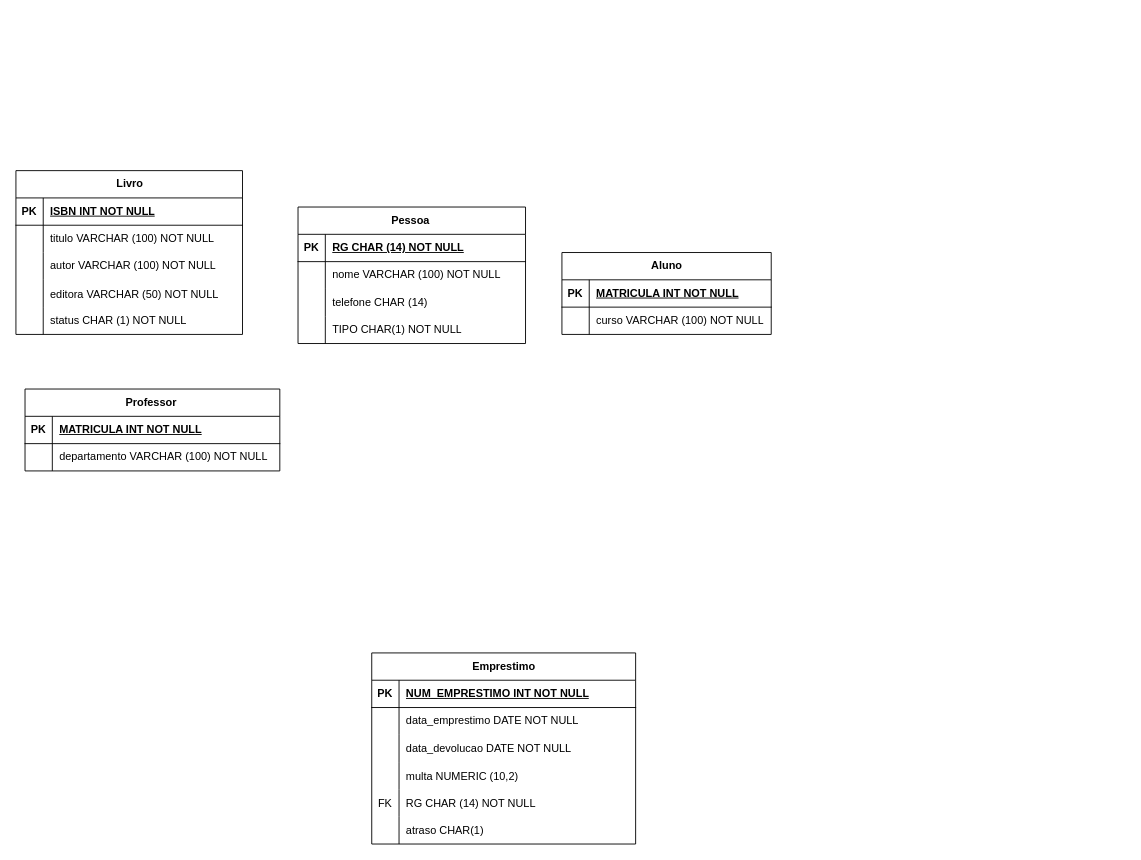
Above: pratica 3 e 4.drawio in adiantaduh/bd1 (draw.io), before the change. Source tidied: cells renumbered, new cells numbered last; positions are measured from the earlier drawing's top-left corner, leaving out a move shared by most shapes. Both pictures are drawn from the tidied source at 91%, with x=0, y=0 at pixel (15, 170).
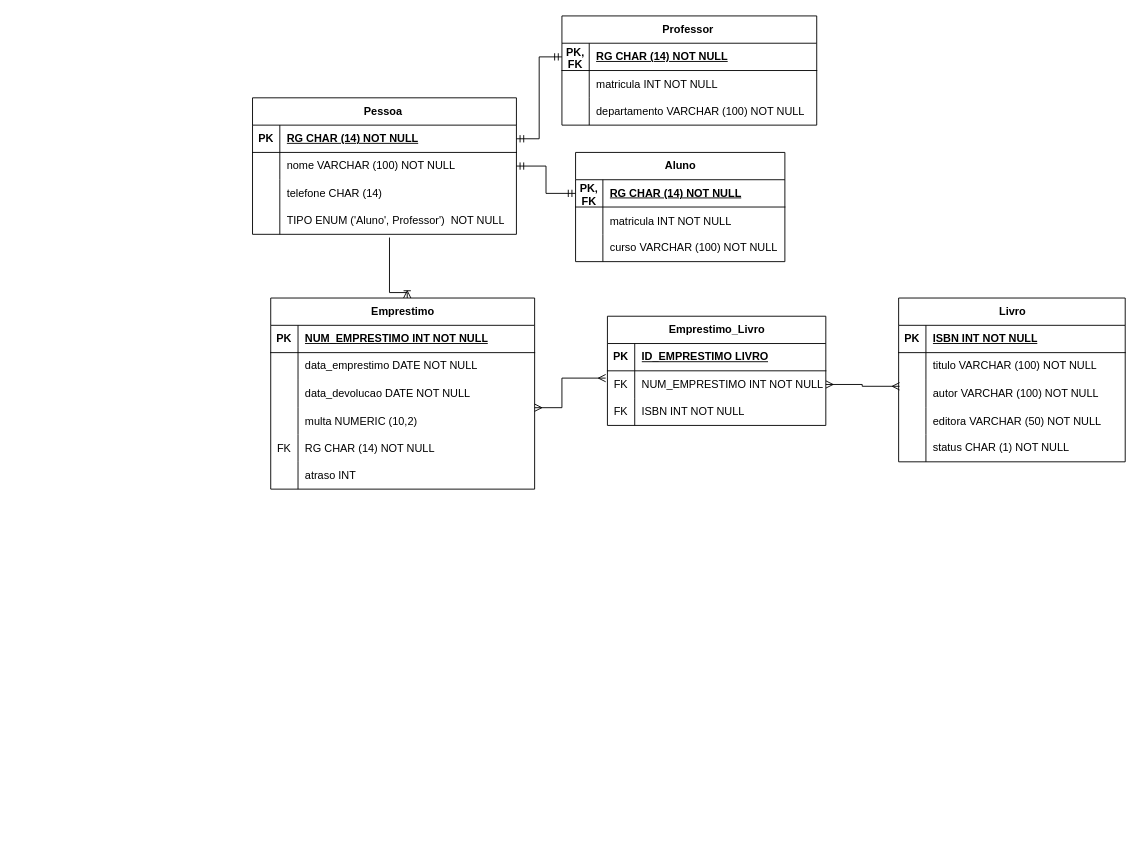
After the change.

The change refers to these unchanged cells:
```xml
<mxCell id="9" style="shape=tableRow;horizontal=0;startSize=0;swimlaneHead=0;swimlaneBody=0;fillColor=none;points=[[0,0.5],[1,0.5]];portConstraint=eastwest;top=0;left=0;right=0;bottom=0;" parent="2" vertex="1">
  <mxGeometry y="90" width="249" height="30" as="geometry" />
</mxCell>
<mxCell id="32" style="shape=tableRow;horizontal=0;startSize=0;swimlaneHead=0;swimlaneBody=0;fillColor=none;points=[[0,0.5],[1,0.5]];portConstraint=eastwest;top=0;left=0;right=0;bottom=1;" parent="31" vertex="1">
  <mxGeometry y="30" width="230" height="30" as="geometry" />
</mxCell>
<mxCell id="39" style="shape=tableRow;horizontal=0;startSize=0;swimlaneHead=0;swimlaneBody=0;fillColor=none;points=[[0,0.5],[1,0.5]];portConstraint=eastwest;top=0;left=0;right=0;bottom=1;" parent="38" vertex="1">
  <mxGeometry y="30" width="280" height="30" as="geometry" />
</mxCell>
<mxCell id="46" style="shape=tableRow;horizontal=0;startSize=0;swimlaneHead=0;swimlaneBody=0;fillColor=none;top=0;left=0;right=0;bottom=1;" parent="45" vertex="1">
  <mxGeometry y="30" width="290" height="30" as="geometry" />
</mxCell>
<mxCell id="49" style="shape=tableRow;horizontal=0;startSize=0;swimlaneHead=0;swimlaneBody=0;fillColor=none;top=0;left=0;right=0;bottom=0;" parent="45" vertex="1">
  <mxGeometry y="60" width="290" height="30" as="geometry" />
</mxCell>
<mxCell id="52" style="shape=tableRow;horizontal=0;startSize=0;swimlaneHead=0;swimlaneBody=0;fillColor=none;top=0;left=0;right=0;bottom=0;" parent="45" vertex="1">
  <mxGeometry y="90" width="290" height="30" as="geometry" />
</mxCell>
<mxCell id="55" style="shape=tableRow;horizontal=0;startSize=0;swimlaneHead=0;swimlaneBody=0;fillColor=none;points=[[0,0.5],[1,0.5]];portConstraint=eastwest;top=0;left=0;right=0;bottom=0;" parent="45" vertex="1">
  <mxGeometry y="120" width="290" height="30" as="geometry" />
</mxCell>
<mxCell id="61" style="shape=tableRow;horizontal=0;startSize=0;swimlaneHead=0;swimlaneBody=0;fillColor=none;top=0;left=0;right=0;bottom=0;" parent="45" vertex="1">
  <mxGeometry y="180" width="290" height="30" as="geometry" />
</mxCell>
```

The edit, as a diff of the source:
```diff
@@
     <mxCell id="2" value="Livro" style="shape=table;startSize=30;childLayout=tableLayout;rowLines=0;fontStyle=1;align=center;html=1;" parent="1" vertex="1">
-      <mxGeometry width="249" height="180" as="geometry" />
+      <mxGeometry x="970" y="140" width="249" height="180" as="geometry" />
     </mxCell>
@@
     <mxCell id="18" value="Pessoa&amp;nbsp;" style="shape=table;startSize=30;childLayout=tableLayout;rowLines=0;fontStyle=1;align=center;html=1;" parent="1" vertex="1">
-      <mxGeometry x="310" y="40" width="250" height="150" as="geometry" />
+      <mxGeometry x="260" y="-80" width="290" height="150" as="geometry" />
     </mxCell>
     <mxCell id="19" style="shape=tableRow;horizontal=0;startSize=0;swimlaneHead=0;swimlaneBody=0;fillColor=none;points=[[0,0.5],[1,0.5]];portConstraint=eastwest;top=0;left=0;right=0;bottom=1;" parent="18" vertex="1">
-      <mxGeometry y="30" width="250" height="30" as="geometry" />
+      <mxGeometry y="30" width="290" height="30" as="geometry" />
     </mxCell>
@@
     <mxCell id="21" value="RG CHAR (14) NOT NULL" style="shape=partialRectangle;fillColor=none;top=0;left=0;bottom=0;right=0;align=left;spacingLeft=6;fontStyle=5;overflow=hidden;whiteSpace=wrap;html=1;" parent="19" vertex="1">
-      <mxGeometry x="30" width="220" height="30" as="geometry" />
+      <mxGeometry x="30" width="260" height="30" as="geometry" />
     </mxCell>
     <mxCell id="22" style="shape=tableRow;horizontal=0;startSize=0;swimlaneHead=0;swimlaneBody=0;fillColor=none;points=[[0,0.5],[1,0.5]];portConstraint=eastwest;top=0;left=0;right=0;bottom=0;" parent="18" vertex="1">
-      <mxGeometry y="60" width="250" height="30" as="geometry" />
+      <mxGeometry y="60" width="290" height="30" as="geometry" />
     </mxCell>
@@
     <mxCell id="24" value="nome VARCHAR (100) NOT NULL" style="shape=partialRectangle;fillColor=none;top=0;left=0;bottom=0;right=0;align=left;spacingLeft=6;overflow=hidden;whiteSpace=wrap;html=1;" parent="22" vertex="1">
-      <mxGeometry x="30" width="220" height="30" as="geometry" />
+      <mxGeometry x="30" width="260" height="30" as="geometry" />
     </mxCell>
     <mxCell id="25" style="shape=tableRow;horizontal=0;startSize=0;swimlaneHead=0;swimlaneBody=0;fillColor=none;top=0;left=0;right=0;bottom=0;" parent="18" vertex="1">
-      <mxGeometry y="90" width="250" height="30" as="geometry" />
+      <mxGeometry y="90" width="290" height="30" as="geometry" />
     </mxCell>
@@
     <mxCell id="27" value="telefone CHAR (14)&amp;nbsp;" style="shape=partialRectangle;fillColor=none;top=0;left=0;bottom=0;right=0;align=left;spacingLeft=6;overflow=hidden;whiteSpace=wrap;html=1;" parent="25" vertex="1">
-      <mxGeometry x="30" width="220" height="30" as="geometry" />
+      <mxGeometry x="30" width="260" height="30" as="geometry" />
     </mxCell>
     <mxCell id="28" style="shape=tableRow;horizontal=0;startSize=0;swimlaneHead=0;swimlaneBody=0;fillColor=none;points=[[0,0.5],[1,0.5]];portConstraint=eastwest;top=0;left=0;right=0;bottom=0;" parent="18" vertex="1">
-      <mxGeometry y="120" width="250" height="30" as="geometry" />
+      <mxGeometry y="120" width="290" height="30" as="geometry" />
     </mxCell>
@@
-    <mxCell id="30" value="TIPO CHAR(1) NOT NULL" style="shape=partialRectangle;fillColor=none;top=0;left=0;bottom=0;right=0;align=left;spacingLeft=6;overflow=hidden;whiteSpace=wrap;html=1;" parent="28" vertex="1">
-      <mxGeometry x="30" width="220" height="30" as="geometry" />
+    <mxCell id="30" value="TIPO ENUM ('Aluno', Professor')&amp;nbsp; NOT NULL" style="shape=partialRectangle;fillColor=none;top=0;left=0;bottom=0;right=0;align=left;spacingLeft=6;overflow=hidden;whiteSpace=wrap;html=1;" parent="28" vertex="1">
+      <mxGeometry x="30" width="260" height="30" as="geometry" />
     </mxCell>
     <mxCell id="31" value="Aluno" style="shape=table;startSize=30;childLayout=tableLayout;rowLines=0;fontStyle=1;align=center;html=1;" parent="1" vertex="1">
-      <mxGeometry x="600" y="90" width="230" height="90" as="geometry" />
+      <mxGeometry x="615" y="-20" width="230" height="120" as="geometry" />
     </mxCell>
@@
-    <mxCell id="33" value="PK" style="shape=partialRectangle;fillColor=none;top=0;left=0;bottom=0;right=0;fontStyle=1;overflow=hidden;whiteSpace=wrap;html=1;" parent="32" vertex="1">
+    <mxCell id="33" value="PK, FK" style="shape=partialRectangle;fillColor=none;top=0;left=0;bottom=0;right=0;fontStyle=1;overflow=hidden;whiteSpace=wrap;html=1;" parent="32" vertex="1">
       <mxGeometry width="30" height="30" as="geometry" />
     </mxCell>
-    <mxCell id="34" value="MATRICULA INT NOT NULL" style="shape=partialRectangle;fillColor=none;top=0;left=0;bottom=0;right=0;align=left;spacingLeft=6;fontStyle=5;overflow=hidden;whiteSpace=wrap;html=1;" parent="32" vertex="1">
+    <mxCell id="34" value="RG CHAR (14) NOT NULL" style="shape=partialRectangle;fillColor=none;top=0;left=0;bottom=0;right=0;align=left;spacingLeft=6;fontStyle=5;overflow=hidden;whiteSpace=wrap;html=1;" parent="32" vertex="1">
       <mxGeometry x="30" width="200" height="30" as="geometry" />
     </mxCell>
+    <mxCell id="64" style="shape=tableRow;horizontal=0;startSize=0;swimlaneHead=0;swimlaneBody=0;fillColor=none;top=0;left=0;right=0;bottom=0;fontFamily=Helvetica;fontSize=12;fontColor=default;labelBackgroundColor=default;" parent="31" vertex="1">
+      <mxGeometry y="60" width="230" height="30" as="geometry" />
+    </mxCell>
+    <mxCell id="65" style="shape=partialRectangle;fillColor=none;top=0;left=0;bottom=0;right=0;overflow=hidden;fontFamily=Helvetica;fontSize=12;fontColor=default;labelBackgroundColor=default;" parent="64" vertex="1">
+      <mxGeometry width="30" height="30" as="geometry" />
+    </mxCell>
+    <mxCell id="66" value="matricula INT NOT NULL" style="shape=partialRectangle;fillColor=none;top=0;left=0;bottom=0;right=0;align=left;spacingLeft=6;overflow=hidden;fontFamily=Helvetica;fontSize=12;fontColor=default;labelBackgroundColor=default;" parent="64" vertex="1">
+      <mxGeometry x="30" width="200" height="30" as="geometry" />
+    </mxCell>
     <mxCell id="35" style="shape=tableRow;horizontal=0;startSize=0;swimlaneHead=0;swimlaneBody=0;fillColor=none;top=0;left=0;right=0;bottom=0;" parent="31" vertex="1">
-      <mxGeometry y="60" width="230" height="30" as="geometry" />
+      <mxGeometry y="90" width="230" height="30" as="geometry" />
     </mxCell>
@@
     <mxCell id="38" value="Professor&amp;nbsp;" style="shape=table;startSize=30;childLayout=tableLayout;rowLines=0;fontStyle=1;align=center;html=1;" parent="1" vertex="1">
-      <mxGeometry x="10" y="240" width="280" height="90" as="geometry" />
+      <mxGeometry x="600" y="-170" width="280" height="120" as="geometry" />
     </mxCell>
@@
-    <mxCell id="40" value="PK" style="shape=partialRectangle;fillColor=none;top=0;left=0;bottom=0;right=0;fontStyle=1;overflow=hidden;whiteSpace=wrap;html=1;" parent="39" vertex="1">
+    <mxCell id="40" value="PK, FK" style="shape=partialRectangle;fillColor=none;top=0;left=0;bottom=0;right=0;fontStyle=1;overflow=hidden;whiteSpace=wrap;html=1;" parent="39" vertex="1">
       <mxGeometry width="30" height="30" as="geometry" />
     </mxCell>
-    <mxCell id="41" value="MATRICULA INT NOT NULL" style="shape=partialRectangle;fillColor=none;top=0;left=0;bottom=0;right=0;align=left;spacingLeft=6;fontStyle=5;overflow=hidden;whiteSpace=wrap;html=1;" parent="39" vertex="1">
+    <mxCell id="41" value="RG CHAR (14) NOT NULL" style="shape=partialRectangle;fillColor=none;top=0;left=0;bottom=0;right=0;align=left;spacingLeft=6;fontStyle=5;overflow=hidden;whiteSpace=wrap;html=1;" parent="39" vertex="1">
       <mxGeometry x="30" width="250" height="30" as="geometry" />
     </mxCell>
+    <mxCell id="67" style="shape=tableRow;horizontal=0;startSize=0;swimlaneHead=0;swimlaneBody=0;fillColor=none;top=0;left=0;right=0;bottom=0;fontFamily=Helvetica;fontSize=12;fontColor=default;labelBackgroundColor=default;" parent="38" vertex="1">
+      <mxGeometry y="60" width="280" height="30" as="geometry" />
+    </mxCell>
+    <mxCell id="68" style="shape=partialRectangle;fillColor=none;top=0;left=0;bottom=0;right=0;overflow=hidden;fontFamily=Helvetica;fontSize=12;fontColor=default;labelBackgroundColor=default;" parent="67" vertex="1">
+      <mxGeometry width="30" height="30" as="geometry" />
+    </mxCell>
+    <mxCell id="69" value="matricula INT NOT NULL" style="shape=partialRectangle;fillColor=none;top=0;left=0;bottom=0;right=0;align=left;spacingLeft=6;overflow=hidden;fontFamily=Helvetica;fontSize=12;fontColor=default;labelBackgroundColor=default;" parent="67" vertex="1">
+      <mxGeometry x="30" width="250" height="30" as="geometry" />
+    </mxCell>
     <mxCell id="42" style="shape=tableRow;horizontal=0;startSize=0;swimlaneHead=0;swimlaneBody=0;fillColor=none;top=0;left=0;right=0;bottom=0;" parent="38" vertex="1">
-      <mxGeometry y="60" width="280" height="30" as="geometry" />
+      <mxGeometry y="90" width="280" height="30" as="geometry" />
     </mxCell>
@@
     <mxCell id="45" value="Emprestimo" style="shape=table;startSize=30;childLayout=tableLayout;rowLines=0;fontStyle=1;align=center;html=1;" parent="1" vertex="1">
-      <mxGeometry x="391" y="530" width="290" height="210" as="geometry" />
+      <mxGeometry x="280" y="140" width="290" height="210" as="geometry" />
     </mxCell>
@@
-    <mxCell id="47" value="PK" style="shape=partialRectangle;fillColor=none;top=0;left=0;bottom=0;right=0;fontStyle=1;overflow=hidden;whiteSpace=wrap;html=1;" parent="46" vertex="1">
-      <mxGeometry width="30" height="30" as="geometry" />
-    </mxCell>
+    <mxCell id="70" value="PK" style="shape=partialRectangle;fillColor=none;top=0;left=0;bottom=0;right=0;fontStyle=1;overflow=hidden;whiteSpace=wrap;html=1;" parent="46" vertex="1">
+      <mxGeometry width="30" height="30" as="geometry" />
+    </mxCell>
@@
-    <mxCell id="50" style="shape=partialRectangle;fillColor=none;top=0;left=0;bottom=0;right=0;overflow=hidden;whiteSpace=wrap;html=1;" parent="49" vertex="1">
-      <mxGeometry width="30" height="30" as="geometry" />
-    </mxCell>
+    <mxCell id="71" style="shape=partialRectangle;fillColor=none;top=0;left=0;bottom=0;right=0;overflow=hidden;whiteSpace=wrap;html=1;" parent="49" vertex="1">
+      <mxGeometry width="30" height="30" as="geometry" />
+    </mxCell>
@@
-    <mxCell id="53" style="shape=partialRectangle;fillColor=none;top=0;left=0;bottom=0;right=0;overflow=hidden;whiteSpace=wrap;html=1;" parent="52" vertex="1">
-      <mxGeometry width="30" height="30" as="geometry" />
-    </mxCell>
+    <mxCell id="72" style="shape=partialRectangle;fillColor=none;top=0;left=0;bottom=0;right=0;overflow=hidden;whiteSpace=wrap;html=1;" parent="52" vertex="1">
+      <mxGeometry width="30" height="30" as="geometry" />
+    </mxCell>
@@
-    <mxCell id="62" style="shape=partialRectangle;fillColor=none;top=0;left=0;bottom=0;right=0;overflow=hidden;whiteSpace=wrap;html=1;" parent="61" vertex="1">
-      <mxGeometry width="30" height="30" as="geometry" />
-    </mxCell>
-    <mxCell id="63" value="atraso CHAR(1)" style="shape=partialRectangle;fillColor=none;top=0;left=0;bottom=0;right=0;align=left;spacingLeft=6;overflow=hidden;whiteSpace=wrap;html=1;" parent="61" vertex="1">
-      <mxGeometry x="30" width="260" height="30" as="geometry" />
-    </mxCell>
+    <mxCell id="73" style="shape=partialRectangle;fillColor=none;top=0;left=0;bottom=0;right=0;overflow=hidden;whiteSpace=wrap;html=1;" parent="61" vertex="1">
+      <mxGeometry width="30" height="30" as="geometry" />
+    </mxCell>
+    <mxCell id="74" value="atraso INT" style="shape=partialRectangle;fillColor=none;top=0;left=0;bottom=0;right=0;align=left;spacingLeft=6;overflow=hidden;whiteSpace=wrap;html=1;" parent="61" vertex="1">
+      <mxGeometry x="30" width="260" height="30" as="geometry" />
+    </mxCell>
+    <mxCell id="75" value="Emprestimo_Livro" style="shape=table;startSize=30;childLayout=tableLayout;rowLines=0;fontStyle=1;align=center;html=1;" parent="1" vertex="1">
+      <mxGeometry x="650" y="160" width="240" height="120" as="geometry" />
+    </mxCell>
+    <mxCell id="76" style="shape=tableRow;horizontal=0;startSize=0;swimlaneHead=0;swimlaneBody=0;fillColor=none;top=0;left=0;right=0;bottom=1;" parent="75" vertex="1">
+      <mxGeometry y="30" width="240" height="30" as="geometry" />
+    </mxCell>
+    <mxCell id="77" value="PK" style="shape=partialRectangle;fillColor=none;top=0;left=0;bottom=0;right=0;fontStyle=1;overflow=hidden;whiteSpace=wrap;html=1;" parent="76" vertex="1">
+      <mxGeometry width="30" height="30" as="geometry" />
+    </mxCell>
+    <mxCell id="78" value="ID_EMPRESTIMO LIVRO" style="shape=partialRectangle;fillColor=none;top=0;left=0;bottom=0;right=0;align=left;spacingLeft=6;fontStyle=5;overflow=hidden;whiteSpace=wrap;html=1;" parent="76" vertex="1">
+      <mxGeometry x="30" width="210" height="30" as="geometry" />
+    </mxCell>
+    <mxCell id="79" style="shape=tableRow;horizontal=0;startSize=0;swimlaneHead=0;swimlaneBody=0;fillColor=none;points=[[0,0.5],[1,0.5]];portConstraint=eastwest;top=0;left=0;right=0;bottom=0;" parent="75" vertex="1">
+      <mxGeometry y="60" width="240" height="30" as="geometry" />
+    </mxCell>
+    <mxCell id="80" value="FK" style="shape=partialRectangle;fillColor=none;top=0;left=0;bottom=0;right=0;overflow=hidden;whiteSpace=wrap;html=1;" parent="79" vertex="1">
+      <mxGeometry width="30" height="30" as="geometry" />
+    </mxCell>
+    <mxCell id="81" value="NUM_EMPRESTIMO INT NOT NULL" style="shape=partialRectangle;fillColor=none;top=0;left=0;bottom=0;right=0;align=left;spacingLeft=6;overflow=hidden;whiteSpace=wrap;html=1;" parent="79" vertex="1">
+      <mxGeometry x="30" width="210" height="30" as="geometry" />
+    </mxCell>
+    <mxCell id="82" style="shape=tableRow;horizontal=0;startSize=0;swimlaneHead=0;swimlaneBody=0;fillColor=none;top=0;left=0;right=0;bottom=0;" parent="75" vertex="1">
+      <mxGeometry y="90" width="240" height="30" as="geometry" />
+    </mxCell>
+    <mxCell id="83" value="FK" style="shape=partialRectangle;fillColor=none;top=0;left=0;bottom=0;right=0;overflow=hidden;whiteSpace=wrap;html=1;" parent="82" vertex="1">
+      <mxGeometry width="30" height="30" as="geometry" />
+    </mxCell>
+    <mxCell id="84" value="ISBN INT NOT NULL" style="shape=partialRectangle;fillColor=none;top=0;left=0;bottom=0;right=0;align=left;spacingLeft=6;overflow=hidden;whiteSpace=wrap;html=1;" parent="82" vertex="1">
+      <mxGeometry x="30" width="210" height="30" as="geometry" />
+    </mxCell>
+    <mxCell id="85" style="edgeStyle=orthogonalEdgeStyle;fontSize=12;html=1;endArrow=ERmandOne;startArrow=ERmandOne;rounded=0;exitX=1;exitY=0.5;exitDx=0;exitDy=0;entryX=0;entryY=0.5;entryDx=0;entryDy=0;" parent="1" edge="1" source="22" target="32">
+      <mxGeometry relative="1" as="geometry" />
+    </mxCell>
+    <mxCell id="86" style="edgeStyle=orthogonalEdgeStyle;fontSize=12;html=1;endArrow=ERmandOne;startArrow=ERmandOne;rounded=0;strokeColor=default;align=center;verticalAlign=middle;fontFamily=Helvetica;fontColor=default;labelBackgroundColor=default;entryX=1;entryY=0.5;entryDx=0;entryDy=0;" parent="1" edge="1" source="39" target="19">
+      <mxGeometry relative="1" as="geometry" />
+    </mxCell>
+    <mxCell id="87" style="edgeStyle=orthogonalEdgeStyle;fontSize=12;html=1;endArrow=ERoneToMany;rounded=0;strokeColor=default;align=center;verticalAlign=middle;fontFamily=Helvetica;fontColor=default;labelBackgroundColor=default;exitX=0.519;exitY=1.118;exitDx=0;exitDy=0;exitPerimeter=0;" parent="1" edge="1" source="28" target="45">
+      <mxGeometry relative="1" as="geometry">
+        <Array as="points">
+          <mxPoint x="430" y="134" />
+          <mxPoint x="430" y="175" />
+          <mxPoint x="435" y="175" />
+        </Array>
+      </mxGeometry>
+    </mxCell>
+    <mxCell id="88" style="edgeStyle=orthogonalEdgeStyle;fontSize=12;html=1;endArrow=ERmany;startArrow=ERmany;rounded=0;strokeColor=default;align=center;verticalAlign=middle;fontFamily=Helvetica;fontColor=default;labelBackgroundColor=default;exitX=1;exitY=0.017;exitDx=0;exitDy=0;exitPerimeter=0;entryX=-0.008;entryY=0.267;entryDx=0;entryDy=0;entryPerimeter=0;" parent="1" edge="1" source="55" target="79">
+      <mxGeometry relative="1" as="geometry">
+        <Array as="points">
+          <mxPoint x="600" y="261" />
+          <mxPoint x="600" y="228" />
+        </Array>
+      </mxGeometry>
+    </mxCell>
+    <mxCell id="89" style="edgeStyle=orthogonalEdgeStyle;fontSize=12;html=1;endArrow=ERmany;startArrow=ERmany;rounded=0;strokeColor=default;align=center;verticalAlign=middle;fontFamily=Helvetica;fontColor=default;labelBackgroundColor=default;exitX=1;exitY=0.5;exitDx=0;exitDy=0;entryX=0.004;entryY=0.233;entryDx=0;entryDy=0;entryPerimeter=0;" parent="1" edge="1" source="79" target="9">
+      <mxGeometry relative="1" as="geometry" />
+    </mxCell>
```
